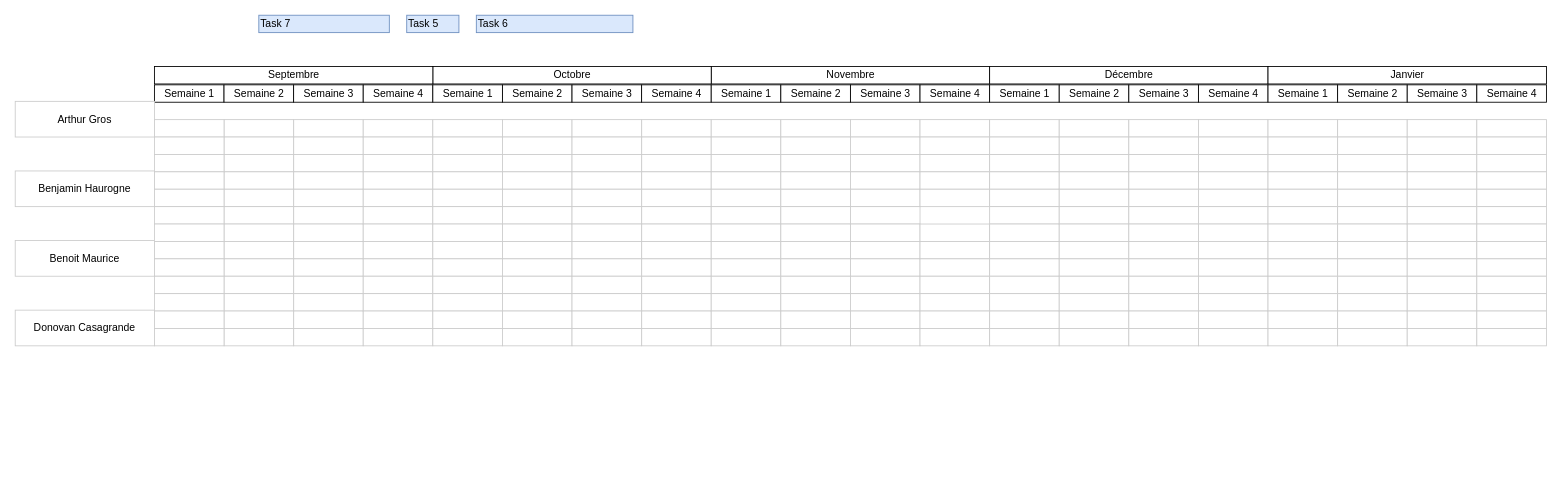
The draw.io diagram Gantt.drawio in BMaurice56/Tamagotchi, before the edit. Source tidied: cells renumbered, new cells numbered last; positions are measured from the earlier drawing's top-left corner, leaving out a move shared by most shapes. Both pictures are drawn from the tidied source at 87%, with x=0, y=0 at pixel (15, 15).
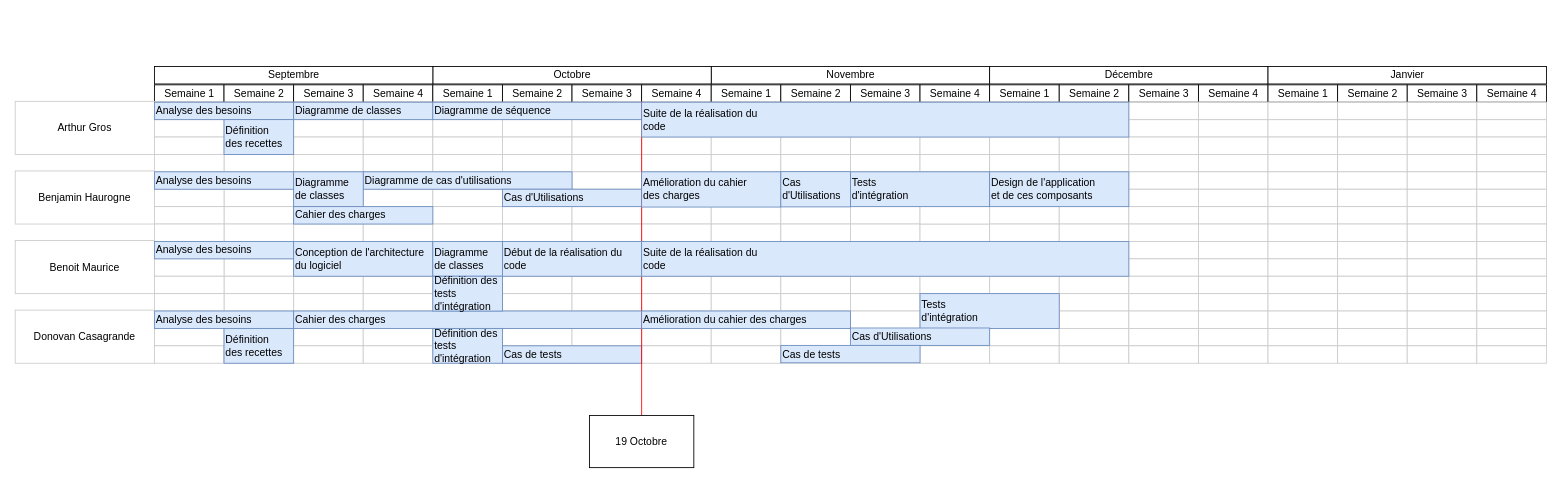
The same diagram, later.

Commit message:
Mettre à jour Gantt.drawio

Diff of the diagram source:
```diff
@@
-    <mxCell id="8" value="Task 5" style="align=left;strokeColor=#6c8ebf;html=1;fillColor=#dae8fc;" parent="1" vertex="1">
-      <mxGeometry x="450" width="60" height="20" as="geometry" />
-    </mxCell>
-    <mxCell id="9" value="Task 6" style="align=left;strokeColor=#6c8ebf;html=1;fillColor=#dae8fc;" parent="1" vertex="1">
-      <mxGeometry x="530" width="180" height="20" as="geometry" />
-    </mxCell>
-    <mxCell id="10" value="Task 7" style="align=left;strokeColor=#6c8ebf;html=1;fillColor=#dae8fc;" parent="1" vertex="1">
-      <mxGeometry x="280" width="150" height="20" as="geometry" />
-    </mxCell>
     <mxCell id="11" value="Arthur Gros" style="whiteSpace=wrap;html=1;align=center;strokeColor=#CCCCCC;" parent="1" vertex="1">
-      <mxGeometry y="99" width="160" height="41" as="geometry" />
+      <mxGeometry y="99" width="160" height="61" as="geometry" />
     </mxCell>
     <mxCell id="12" value="Benjamin Haurogne" style="whiteSpace=wrap;html=1;align=center;strokeColor=#CCCCCC;" parent="1" vertex="1">
-      <mxGeometry y="179" width="160" height="41" as="geometry" />
+      <mxGeometry y="179" width="160" height="61" as="geometry" />
     </mxCell>
     <mxCell id="13" value="Benoit Maurice" style="whiteSpace=wrap;html=1;align=center;strokeColor=#CCCCCC;" parent="1" vertex="1">
-      <mxGeometry y="259" width="160" height="41" as="geometry" />
+      <mxGeometry y="259" width="160" height="61" as="geometry" />
     </mxCell>
     <mxCell id="14" value="Donovan Casagrande" style="whiteSpace=wrap;html=1;align=center;strokeColor=#CCCCCC;" parent="1" vertex="1">
-      <mxGeometry y="339" width="160" height="41" as="geometry" />
+      <mxGeometry y="339" width="160" height="61" as="geometry" />
     </mxCell>
@@
+    <mxCell id="293" style="align=left;strokeColor=#CCCCCC;html=1;" parent="1" vertex="1">
+      <mxGeometry x="1040" y="220" width="80" height="20" as="geometry" />
+    </mxCell>
+    <mxCell id="294" style="align=left;strokeColor=#CCCCCC;html=1;" parent="1" vertex="1">
+      <mxGeometry x="160" y="100" width="80" height="20" as="geometry" />
+    </mxCell>
+    <mxCell id="295" style="align=left;strokeColor=#CCCCCC;html=1;" parent="1" vertex="1">
+      <mxGeometry x="240" y="100" width="80" height="20" as="geometry" />
+    </mxCell>
+    <mxCell id="296" style="align=left;strokeColor=#CCCCCC;html=1;" parent="1" vertex="1">
+      <mxGeometry x="320" y="100" width="80" height="20" as="geometry" />
+    </mxCell>
+    <mxCell id="297" style="align=left;strokeColor=#CCCCCC;html=1;" parent="1" vertex="1">
+      <mxGeometry x="400" y="100" width="80" height="20" as="geometry" />
+    </mxCell>
+    <mxCell id="298" style="align=left;strokeColor=#CCCCCC;html=1;" parent="1" vertex="1">
+      <mxGeometry x="480" y="100" width="80" height="20" as="geometry" />
+    </mxCell>
+    <mxCell id="299" style="align=left;strokeColor=#CCCCCC;html=1;" parent="1" vertex="1">
+      <mxGeometry x="560" y="100" width="80" height="20" as="geometry" />
+    </mxCell>
+    <mxCell id="300" style="align=left;strokeColor=#CCCCCC;html=1;" parent="1" vertex="1">
+      <mxGeometry x="640" y="100" width="80" height="20" as="geometry" />
+    </mxCell>
+    <mxCell id="301" style="align=left;strokeColor=#CCCCCC;html=1;" parent="1" vertex="1">
+      <mxGeometry x="720" y="100" width="80" height="20" as="geometry" />
+    </mxCell>
+    <mxCell id="302" style="align=left;strokeColor=#CCCCCC;html=1;" parent="1" vertex="1">
+      <mxGeometry x="800" y="100" width="80" height="20" as="geometry" />
+    </mxCell>
+    <mxCell id="303" style="align=left;strokeColor=#CCCCCC;html=1;" parent="1" vertex="1">
+      <mxGeometry x="880" y="100" width="80" height="20" as="geometry" />
+    </mxCell>
+    <mxCell id="304" style="align=left;strokeColor=#CCCCCC;html=1;" parent="1" vertex="1">
+      <mxGeometry x="960" y="100" width="80" height="20" as="geometry" />
+    </mxCell>
+    <mxCell id="305" style="align=left;strokeColor=#CCCCCC;html=1;" parent="1" vertex="1">
+      <mxGeometry x="1040" y="100" width="80" height="20" as="geometry" />
+    </mxCell>
+    <mxCell id="306" style="align=left;strokeColor=#CCCCCC;html=1;" parent="1" vertex="1">
+      <mxGeometry x="1120" y="100" width="80" height="20" as="geometry" />
+    </mxCell>
+    <mxCell id="307" style="align=left;strokeColor=#CCCCCC;html=1;" parent="1" vertex="1">
+      <mxGeometry x="1200" y="100" width="80" height="20" as="geometry" />
+    </mxCell>
+    <mxCell id="308" style="align=left;strokeColor=#CCCCCC;html=1;" parent="1" vertex="1">
+      <mxGeometry x="1280" y="100" width="80" height="20" as="geometry" />
+    </mxCell>
+    <mxCell id="309" style="align=left;strokeColor=#CCCCCC;html=1;" parent="1" vertex="1">
+      <mxGeometry x="1360" y="100" width="80" height="20" as="geometry" />
+    </mxCell>
+    <mxCell id="310" style="align=left;strokeColor=#CCCCCC;html=1;" parent="1" vertex="1">
+      <mxGeometry x="1440" y="100" width="80" height="20" as="geometry" />
+    </mxCell>
+    <mxCell id="311" style="align=left;strokeColor=#CCCCCC;html=1;" parent="1" vertex="1">
+      <mxGeometry x="1520" y="100" width="80" height="20" as="geometry" />
+    </mxCell>
+    <mxCell id="312" style="align=left;strokeColor=#CCCCCC;html=1;" parent="1" vertex="1">
+      <mxGeometry x="1600" y="100" width="80" height="20" as="geometry" />
+    </mxCell>
+    <mxCell id="313" style="align=left;strokeColor=#CCCCCC;html=1;" parent="1" vertex="1">
+      <mxGeometry x="1680" y="100" width="80" height="20" as="geometry" />
+    </mxCell>
+    <mxCell id="10" value="Analyse des besoins" style="align=left;strokeColor=#6c8ebf;html=1;fillColor=#dae8fc;" parent="1" vertex="1">
+      <mxGeometry x="160" y="100" width="160" height="20" as="geometry" />
+    </mxCell>
+    <mxCell id="314" value="Analyse des besoins" style="align=left;strokeColor=#6c8ebf;html=1;fillColor=#dae8fc;" parent="1" vertex="1">
+      <mxGeometry x="160" y="180" width="160" height="20" as="geometry" />
+    </mxCell>
+    <mxCell id="315" value="Analyse des besoins" style="align=left;strokeColor=#6c8ebf;html=1;fillColor=#dae8fc;" parent="1" vertex="1">
+      <mxGeometry x="160" y="260" width="160" height="20" as="geometry" />
+    </mxCell>
+    <mxCell id="316" value="Analyse des besoins" style="align=left;strokeColor=#6c8ebf;html=1;fillColor=#dae8fc;" parent="1" vertex="1">
+      <mxGeometry x="160" y="340" width="160" height="20" as="geometry" />
+    </mxCell>
+    <mxCell id="8" value="Définition&lt;br&gt;des recettes" style="align=left;strokeColor=#6c8ebf;html=1;fillColor=#dae8fc;" parent="1" vertex="1">
+      <mxGeometry x="240" y="120" width="80" height="40" as="geometry" />
+    </mxCell>
+    <mxCell id="317" style="align=left;strokeColor=#CCCCCC;html=1;" parent="1" vertex="1">
+      <mxGeometry x="640" y="380" width="80" height="20" as="geometry" />
+    </mxCell>
+    <mxCell id="318" style="align=left;strokeColor=#CCCCCC;html=1;" parent="1" vertex="1">
+      <mxGeometry x="720" y="380" width="80" height="20" as="geometry" />
+    </mxCell>
+    <mxCell id="319" style="align=left;strokeColor=#CCCCCC;html=1;" parent="1" vertex="1">
+      <mxGeometry x="800" y="380" width="80" height="20" as="geometry" />
+    </mxCell>
+    <mxCell id="320" style="align=left;strokeColor=#CCCCCC;html=1;" parent="1" vertex="1">
+      <mxGeometry x="880" y="380" width="80" height="20" as="geometry" />
+    </mxCell>
+    <mxCell id="321" style="align=left;strokeColor=#CCCCCC;html=1;" parent="1" vertex="1">
+      <mxGeometry x="960" y="380" width="80" height="20" as="geometry" />
+    </mxCell>
+    <mxCell id="322" style="align=left;strokeColor=#CCCCCC;html=1;" parent="1" vertex="1">
+      <mxGeometry x="1040" y="380" width="80" height="20" as="geometry" />
+    </mxCell>
+    <mxCell id="323" style="align=left;strokeColor=#CCCCCC;html=1;" parent="1" vertex="1">
+      <mxGeometry x="1120" y="380" width="80" height="20" as="geometry" />
+    </mxCell>
+    <mxCell id="324" style="align=left;strokeColor=#CCCCCC;html=1;" parent="1" vertex="1">
+      <mxGeometry x="1200" y="380" width="80" height="20" as="geometry" />
+    </mxCell>
+    <mxCell id="325" style="align=left;strokeColor=#CCCCCC;html=1;" parent="1" vertex="1">
+      <mxGeometry x="1280" y="380" width="80" height="20" as="geometry" />
+    </mxCell>
+    <mxCell id="326" style="align=left;strokeColor=#CCCCCC;html=1;" parent="1" vertex="1">
+      <mxGeometry x="1360" y="380" width="80" height="20" as="geometry" />
+    </mxCell>
+    <mxCell id="327" style="align=left;strokeColor=#CCCCCC;html=1;" parent="1" vertex="1">
+      <mxGeometry x="1440" y="380" width="80" height="20" as="geometry" />
+    </mxCell>
+    <mxCell id="328" style="align=left;strokeColor=#CCCCCC;html=1;" parent="1" vertex="1">
+      <mxGeometry x="1520" y="380" width="80" height="20" as="geometry" />
+    </mxCell>
+    <mxCell id="329" style="align=left;strokeColor=#CCCCCC;html=1;" parent="1" vertex="1">
+      <mxGeometry x="1600" y="380" width="80" height="20" as="geometry" />
+    </mxCell>
+    <mxCell id="330" style="align=left;strokeColor=#CCCCCC;html=1;" parent="1" vertex="1">
+      <mxGeometry x="1680" y="380" width="80" height="20" as="geometry" />
+    </mxCell>
+    <mxCell id="331" style="align=left;strokeColor=#CCCCCC;html=1;" parent="1" vertex="1">
+      <mxGeometry x="160" y="380" width="80" height="20" as="geometry" />
+    </mxCell>
+    <mxCell id="332" style="align=left;strokeColor=#CCCCCC;html=1;" parent="1" vertex="1">
+      <mxGeometry x="240" y="380" width="80" height="20" as="geometry" />
+    </mxCell>
+    <mxCell id="333" style="align=left;strokeColor=#CCCCCC;html=1;" parent="1" vertex="1">
+      <mxGeometry x="320" y="380" width="80" height="20" as="geometry" />
+    </mxCell>
+    <mxCell id="334" style="align=left;strokeColor=#CCCCCC;html=1;" parent="1" vertex="1">
+      <mxGeometry x="400" y="380" width="80" height="20" as="geometry" />
+    </mxCell>
+    <mxCell id="335" style="align=left;strokeColor=#CCCCCC;html=1;" parent="1" vertex="1">
+      <mxGeometry x="480" y="380" width="80" height="20" as="geometry" />
+    </mxCell>
+    <mxCell id="336" style="align=left;strokeColor=#CCCCCC;html=1;" parent="1" vertex="1">
+      <mxGeometry x="560" y="380" width="80" height="20" as="geometry" />
+    </mxCell>
+    <mxCell id="337" value="Définition&lt;br&gt;des recettes" style="align=left;strokeColor=#6c8ebf;html=1;fillColor=#dae8fc;" parent="1" vertex="1">
+      <mxGeometry x="240" y="360" width="80" height="40" as="geometry" />
+    </mxCell>
+    <mxCell id="338" value="Diagramme de cas d'utilisations" style="align=left;strokeColor=#6c8ebf;html=1;fillColor=#dae8fc;" parent="1" vertex="1">
+      <mxGeometry x="400" y="180" width="240" height="20" as="geometry" />
+    </mxCell>
+    <mxCell id="339" value="Cas d'Utilisations" style="align=left;strokeColor=#6c8ebf;html=1;fillColor=#dae8fc;" parent="1" vertex="1">
+      <mxGeometry x="560" y="200" width="160" height="20" as="geometry" />
+    </mxCell>
+    <mxCell id="340" value="Conception de l'architecture&lt;br&gt;du logiciel" style="align=left;strokeColor=#6c8ebf;html=1;fillColor=#dae8fc;" parent="1" vertex="1">
+      <mxGeometry x="320" y="260" width="160" height="40" as="geometry" />
+    </mxCell>
+    <mxCell id="341" value="Cahier des charges" style="align=left;strokeColor=#6c8ebf;html=1;fillColor=#dae8fc;" parent="1" vertex="1">
+      <mxGeometry x="320" y="340" width="400" height="20" as="geometry" />
+    </mxCell>
+    <mxCell id="342" value="Cas de tests" style="align=left;strokeColor=#6c8ebf;html=1;fillColor=#dae8fc;" parent="1" vertex="1">
+      <mxGeometry x="560" y="380" width="160" height="20" as="geometry" />
+    </mxCell>
+    <mxCell id="343" value="Diagramme de classes" style="align=left;strokeColor=#6c8ebf;html=1;fillColor=#dae8fc;" parent="1" vertex="1">
+      <mxGeometry x="320" y="100" width="160" height="20" as="geometry" />
+    </mxCell>
+    <mxCell id="344" value="Diagramme de séquence" style="align=left;strokeColor=#6c8ebf;html=1;fillColor=#dae8fc;" parent="1" vertex="1">
+      <mxGeometry x="480" y="100" width="240" height="20" as="geometry" />
+    </mxCell>
+    <mxCell id="345" value="Diagramme &lt;br&gt;de classes" style="align=left;strokeColor=#6c8ebf;html=1;fillColor=#dae8fc;" parent="1" vertex="1">
+      <mxGeometry x="480" y="260" width="80" height="40" as="geometry" />
+    </mxCell>
+    <mxCell id="346" style="endArrow=none;html=1;rounded=0;strokeColor=#FF0000;" parent="1" edge="1">
+      <mxGeometry relative="1" as="geometry">
+        <mxPoint x="720" y="99" as="sourcePoint" />
+        <mxPoint x="720" y="460" as="targetPoint" />
+      </mxGeometry>
+    </mxCell>
+    <mxCell id="347" value="19 Octobre" style="rounded=0;whiteSpace=wrap;html=1;" parent="1" vertex="1">
+      <mxGeometry x="660" y="460" width="120" height="60" as="geometry" />
+    </mxCell>
+    <mxCell id="348" value="Définition des&lt;br&gt;tests&lt;br&gt;d'intégration" style="align=left;strokeColor=#6c8ebf;html=1;fillColor=#dae8fc;" parent="1" vertex="1">
+      <mxGeometry x="480" y="300" width="80" height="40" as="geometry" />
+    </mxCell>
+    <mxCell id="349" value="Début de la réalisation du &lt;br&gt;code" style="align=left;strokeColor=#6c8ebf;html=1;fillColor=#dae8fc;" parent="1" vertex="1">
+      <mxGeometry x="560" y="260" width="160" height="40" as="geometry" />
+    </mxCell>
+    <mxCell id="350" value="Amélioration du cahier des charges" style="align=left;strokeColor=#6c8ebf;html=1;fillColor=#dae8fc;" parent="1" vertex="1">
+      <mxGeometry x="720" y="340" width="240" height="20" as="geometry" />
+    </mxCell>
+    <mxCell id="351" value="Suite de la réalisation du &lt;br&gt;code" style="align=left;strokeColor=#6c8ebf;html=1;fillColor=#dae8fc;" parent="1" vertex="1">
+      <mxGeometry x="720" y="260" width="560" height="40" as="geometry" />
+    </mxCell>
+    <mxCell id="352" value="Suite de la réalisation du &lt;br&gt;code" style="align=left;strokeColor=#6c8ebf;html=1;fillColor=#dae8fc;" parent="1" vertex="1">
+      <mxGeometry x="720" y="100" width="560" height="40" as="geometry" />
+    </mxCell>
+    <mxCell id="353" value="Diagramme &lt;br&gt;de classes" style="align=left;strokeColor=#6c8ebf;html=1;fillColor=#dae8fc;" parent="1" vertex="1">
+      <mxGeometry x="320" y="180" width="80" height="40" as="geometry" />
+    </mxCell>
+    <mxCell id="354" value="Définition des&lt;br&gt;tests&lt;br&gt;d'intégration" style="align=left;strokeColor=#6c8ebf;html=1;fillColor=#dae8fc;" parent="1" vertex="1">
+      <mxGeometry x="480" y="360" width="80" height="40" as="geometry" />
+    </mxCell>
+    <mxCell id="355" value="Amélioration du cahier&lt;br&gt;des charges" style="align=left;strokeColor=#6c8ebf;html=1;fillColor=#dae8fc;" parent="1" vertex="1">
+      <mxGeometry x="720" y="180" width="160" height="40.5" as="geometry" />
+    </mxCell>
+    <mxCell id="356" value="Cahier des charges" style="align=left;strokeColor=#6c8ebf;html=1;fillColor=#dae8fc;" parent="1" vertex="1">
+      <mxGeometry x="320" y="220" width="160" height="20" as="geometry" />
+    </mxCell>
+    <mxCell id="357" value="Tests&lt;br&gt;d'intégration" style="align=left;strokeColor=#6c8ebf;html=1;fillColor=#dae8fc;" parent="1" vertex="1">
+      <mxGeometry x="1040" y="320" width="160" height="40" as="geometry" />
+    </mxCell>
+    <mxCell id="358" value="Tests&lt;br&gt;d'intégration" style="align=left;strokeColor=#6c8ebf;html=1;fillColor=#dae8fc;" parent="1" vertex="1">
+      <mxGeometry x="960" y="180" width="160" height="40" as="geometry" />
+    </mxCell>
+    <mxCell id="359" value="Design de l'application&lt;br&gt;et de ces composants" style="align=left;strokeColor=#6c8ebf;html=1;fillColor=#dae8fc;" parent="1" vertex="1">
+      <mxGeometry x="1120" y="180" width="160" height="40" as="geometry" />
+    </mxCell>
+    <mxCell id="360" value="Cas&lt;br&gt;d'Utilisations" style="align=left;strokeColor=#6c8ebf;html=1;fillColor=#dae8fc;" parent="1" vertex="1">
+      <mxGeometry x="880" y="179.8" width="80" height="40.5" as="geometry" />
+    </mxCell>
+    <mxCell id="361" value="Cas d'Utilisations" style="align=left;strokeColor=#6c8ebf;html=1;fillColor=#dae8fc;" parent="1" vertex="1">
+      <mxGeometry x="960" y="359.5" width="160" height="20" as="geometry" />
+    </mxCell>
+    <mxCell id="362" value="Cas de tests" style="align=left;strokeColor=#6c8ebf;html=1;fillColor=#dae8fc;" parent="1" vertex="1">
+      <mxGeometry x="880" y="379.5" width="160" height="20" as="geometry" />
+    </mxCell>
```
